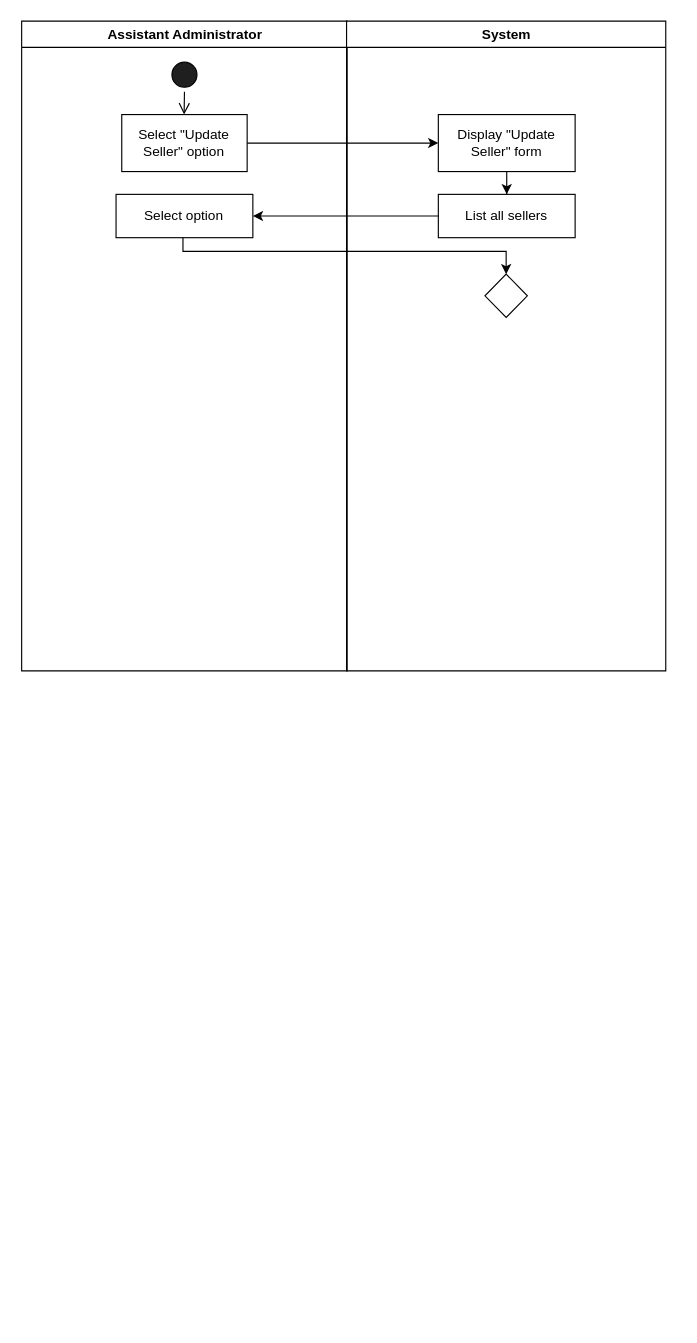
Earlier version of the draw.io diagram 2 Update Seller.drawio (aliceypuff/5607_UML-diagrams). Source tidied: cells renumbered, new cells numbered last; positions are measured from the earlier drawing's top-left corner, leaving out a move shared by most shapes. Both pictures are drawn from the tidied source at 114%, with x=0, y=0 at pixel (22, 21).
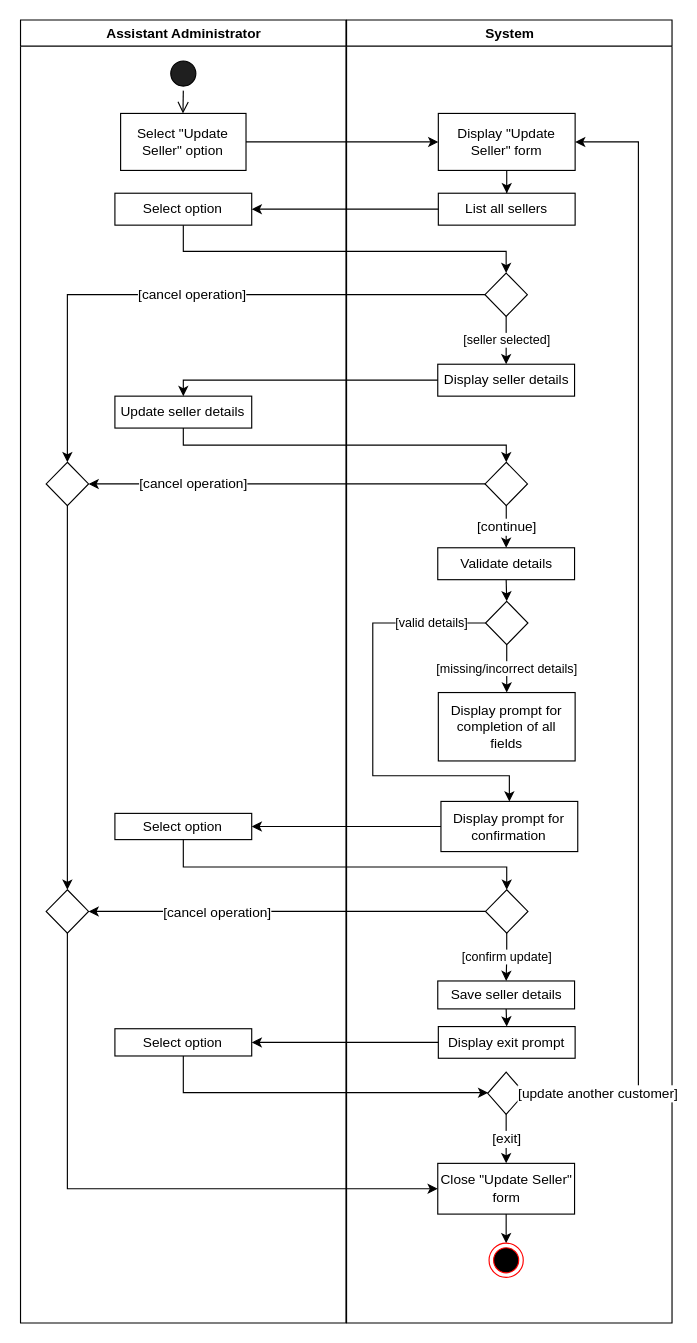
The same page after the edit.

Unchanged cells that the change refers to:
```xml
<mxCell id="9" value="Display &quot;Update Seller&quot; form" style="whiteSpace=wrap;html=1;rounded=0;" parent="7" vertex="1">
  <mxGeometry x="80.5" y="82" width="120" height="50" as="geometry" />
</mxCell>
<mxCell id="11" style="rhombus;whiteSpace=wrap;html=1;rounded=0;" parent="7" vertex="1">
  <mxGeometry x="121.4" y="222" width="37.2" height="38" as="geometry" />
</mxCell>
```

What changed in the source:
```diff
@@
     <mxCell id="2" value="Assistant Administrator" style="swimlane;whiteSpace=wrap;rounded=0;" parent="1" vertex="1">
-      <mxGeometry x="-0.5" width="285.5" height="570" as="geometry" />
+      <mxGeometry x="-1.5" y="-1" width="285.5" height="1143" as="geometry" />
     </mxCell>
@@
     <mxCell id="6" value="Select option" style="whiteSpace=wrap;html=1;rounded=0;" parent="2" vertex="1">
-      <mxGeometry x="82.8" y="152" width="120" height="38" as="geometry" />
+      <mxGeometry x="82.8" y="152" width="120" height="28" as="geometry" />
     </mxCell>
+    <mxCell id="15" value="Update seller details" style="whiteSpace=wrap;html=1;rounded=0;" parent="2" vertex="1">
+      <mxGeometry x="82.8" y="330" width="120" height="28" as="geometry" />
+    </mxCell>
+    <mxCell id="16" value="Select option" style="whiteSpace=wrap;html=1;rounded=0;" parent="2" vertex="1">
+      <mxGeometry x="82.8" y="696" width="120" height="23" as="geometry" />
+    </mxCell>
+    <mxCell id="17" style="rhombus;whiteSpace=wrap;html=1;rounded=0;arcSize=20;fixedWidth=0;" parent="2" vertex="1">
+      <mxGeometry x="22.5" y="763" width="37.2" height="38" as="geometry" />
+    </mxCell>
+    <mxCell id="18" style="edgeStyle=orthogonalEdgeStyle;rounded=0;jettySize=auto;html=1;exitX=0.5;exitY=1;exitDx=0;exitDy=0;fontFamily=Helvetica;fontSize=12;fontColor=default;" parent="2" edge="1" source="19" target="17">
+      <mxGeometry relative="1" as="geometry" />
+    </mxCell>
+    <mxCell id="19" style="rhombus;whiteSpace=wrap;html=1;rounded=0;" parent="2" vertex="1">
+      <mxGeometry x="22.5" y="388" width="37.2" height="38" as="geometry" />
+    </mxCell>
     <mxCell id="7" value="System" style="swimlane;whiteSpace=wrap;rounded=0;" parent="1" vertex="1">
-      <mxGeometry x="284.5" width="280" height="570" as="geometry" />
+      <mxGeometry x="284.5" y="-1" width="285.5" height="1143" as="geometry" />
     </mxCell>
@@
     <mxCell id="10" value="List all sellers" style="whiteSpace=wrap;html=1;rounded=0;" parent="7" vertex="1">
-      <mxGeometry x="80.5" y="152" width="120" height="38" as="geometry" />
+      <mxGeometry x="80.5" y="152" width="120" height="28" as="geometry" />
     </mxCell>
+    <mxCell id="20" value="[seller selected]" style="edgeStyle=orthogonalEdgeStyle;rounded=0;jettySize=auto;html=1;" parent="7" edge="1" source="11" target="21">
+      <mxGeometry relative="1" as="geometry">
+        <Array as="points">
+          <mxPoint x="140" y="282" />
+          <mxPoint x="140" y="282" />
+        </Array>
+      </mxGeometry>
+    </mxCell>
@@
+    <mxCell id="21" value="Display seller details" style="whiteSpace=wrap;html=1;rounded=0;" parent="7" vertex="1">
+      <mxGeometry x="80" y="302" width="120" height="28" as="geometry" />
+    </mxCell>
+    <mxCell id="22" value="[continue]" style="edgeStyle=orthogonalEdgeStyle;rounded=0;jettySize=auto;html=1;exitX=0.5;exitY=1;exitDx=0;exitDy=0;entryX=0.5;entryY=0;entryDx=0;entryDy=0;fontFamily=Helvetica;fontSize=12;fontColor=default;" parent="7" edge="1" source="23" target="25">
+      <mxGeometry relative="1" as="geometry" />
+    </mxCell>
+    <mxCell id="23" style="rhombus;whiteSpace=wrap;html=1;rounded=0;" parent="7" vertex="1">
+      <mxGeometry x="121.5" y="388" width="37.2" height="38" as="geometry" />
+    </mxCell>
+    <mxCell id="24" style="edgeStyle=orthogonalEdgeStyle;rounded=0;jettySize=auto;html=1;exitX=0.5;exitY=1;exitDx=0;exitDy=0;entryX=0.5;entryY=0;entryDx=0;entryDy=0;fontFamily=Helvetica;fontSize=12;fontColor=default;" parent="7" edge="1" source="25" target="27">
+      <mxGeometry relative="1" as="geometry" />
+    </mxCell>
+    <mxCell id="25" value="Validate details" style="whiteSpace=wrap;html=1;rounded=0;" parent="7" vertex="1">
+      <mxGeometry x="80" y="463" width="120" height="28" as="geometry" />
+    </mxCell>
+    <mxCell id="26" value="[missing/incorrect details]" style="edgeStyle=orthogonalEdgeStyle;rounded=0;jettySize=auto;html=1;" parent="7" edge="1" source="27" target="28">
+      <mxGeometry relative="1" as="geometry" />
+    </mxCell>
+    <mxCell id="27" style="rhombus;whiteSpace=wrap;html=1;rounded=0;" parent="7" vertex="1">
+      <mxGeometry x="121.9" y="510" width="37.2" height="38" as="geometry" />
+    </mxCell>
+    <mxCell id="28" value="Display prompt for completion of all fields" style="whiteSpace=wrap;html=1;rounded=0;" parent="7" vertex="1">
+      <mxGeometry x="80.5" y="590" width="120" height="60" as="geometry" />
+    </mxCell>
+    <mxCell id="29" value="Display prompt for confirmation" style="whiteSpace=wrap;html=1;rounded=0;" parent="7" vertex="1">
+      <mxGeometry x="82.8" y="685.5" width="120" height="44" as="geometry" />
+    </mxCell>
+    <mxCell id="30" value="[valid details]" style="edgeStyle=orthogonalEdgeStyle;rounded=0;jettySize=auto;html=1;entryX=0.5;entryY=0;entryDx=0;entryDy=0;" parent="7" edge="1" source="27" target="29">
+      <mxGeometry x="-0.75" relative="1" as="geometry">
+        <Array as="points">
+          <mxPoint x="23" y="529" />
+          <mxPoint x="23" y="663" />
+          <mxPoint x="143" y="663" />
+        </Array>
+      </mxGeometry>
+    </mxCell>
+    <mxCell id="31" style="rhombus;whiteSpace=wrap;html=1;rounded=0;" parent="7" vertex="1">
+      <mxGeometry x="123.8" y="923" width="32.4" height="37" as="geometry" />
+    </mxCell>
+    <mxCell id="32" value="Display exit prompt" style="whiteSpace=wrap;html=1;rounded=0;" parent="7" vertex="1">
+      <mxGeometry x="80.5" y="883" width="120" height="27.8" as="geometry" />
+    </mxCell>
+    <mxCell id="33" style="edgeStyle=orthogonalEdgeStyle;rounded=0;jettySize=auto;html=1;" parent="7" edge="1" source="34" target="31">
+      <mxGeometry relative="1" as="geometry">
+        <Array as="points">
+          <mxPoint x="-143" y="941" />
+        </Array>
+      </mxGeometry>
+    </mxCell>
+    <mxCell id="34" value="Select option" style="whiteSpace=wrap;html=1;rounded=0;" parent="7" vertex="1">
+      <mxGeometry x="-203.2" y="884.9" width="120" height="23.9" as="geometry" />
+    </mxCell>
+    <mxCell id="35" style="edgeStyle=orthogonalEdgeStyle;rounded=0;jettySize=auto;html=1;" parent="7" edge="1" source="32" target="34">
+      <mxGeometry relative="1" as="geometry" />
+    </mxCell>
+    <mxCell id="36" style="edgeStyle=orthogonalEdgeStyle;rounded=0;jettySize=auto;html=1;fontFamily=Helvetica;fontSize=12;fontColor=default;" parent="7" edge="1" source="37" target="42">
+      <mxGeometry relative="1" as="geometry" />
+    </mxCell>
+    <mxCell id="37" value="Close &quot;Update Seller&quot; form" style="whiteSpace=wrap;html=1;rounded=0;" parent="7" vertex="1">
+      <mxGeometry x="80" y="1003" width="120" height="44.5" as="geometry" />
+    </mxCell>
+    <mxCell id="38" value="[exit]" style="edgeStyle=orthogonalEdgeStyle;rounded=0;jettySize=auto;html=1;fontFamily=Helvetica;fontSize=12;fontColor=default;" parent="7" edge="1" source="31" target="37">
+      <mxGeometry relative="1" as="geometry" />
+    </mxCell>
+    <mxCell id="39" style="edgeStyle=orthogonalEdgeStyle;rounded=0;jettySize=auto;html=1;exitX=0.5;exitY=1;exitDx=0;exitDy=0;entryX=0.5;entryY=0;entryDx=0;entryDy=0;fontFamily=Helvetica;fontSize=12;fontColor=default;" parent="7" edge="1" source="40" target="32">
+      <mxGeometry relative="1" as="geometry" />
+    </mxCell>
+    <mxCell id="40" value="Save seller details" style="whiteSpace=wrap;html=1;rounded=0;" parent="7" vertex="1">
+      <mxGeometry x="80" y="843" width="120" height="24.5" as="geometry" />
+    </mxCell>
+    <mxCell id="41" value="[confirm update]" style="edgeStyle=orthogonalEdgeStyle;rounded=0;jettySize=auto;html=1;exitX=0.5;exitY=1;exitDx=0;exitDy=0;" parent="7" edge="1" source="43" target="40">
+      <mxGeometry relative="1" as="geometry" />
+    </mxCell>
+    <mxCell id="42" style="ellipse;html=1;shape=endState;fillColor=#000000;strokeColor=#ff0000;rounded=0;fontFamily=Helvetica;fontSize=12;fontColor=default;" parent="7" vertex="1">
+      <mxGeometry x="125" y="1073" width="30" height="30" as="geometry" />
+    </mxCell>
+    <mxCell id="43" style="rhombus;whiteSpace=wrap;html=1;rounded=0;" parent="7" vertex="1">
+      <mxGeometry x="121.9" y="763" width="37.2" height="38" as="geometry" />
+    </mxCell>
+    <mxCell id="44" value="[update another customer]" style="edgeStyle=orthogonalEdgeStyle;rounded=0;jettySize=auto;html=1;exitX=1;exitY=0.5;exitDx=0;exitDy=0;fontFamily=Helvetica;fontSize=12;fontColor=default;entryX=1;entryY=0.5;entryDx=0;entryDy=0;" parent="7" edge="1" source="31" target="9">
+      <mxGeometry x="-0.87" relative="1" as="geometry">
+        <Array as="points">
+          <mxPoint x="256" y="942" />
+          <mxPoint x="256" y="107" />
+        </Array>
+      </mxGeometry>
+    </mxCell>
@@
+    <mxCell id="45" style="edgeStyle=orthogonalEdgeStyle;rounded=0;jettySize=auto;html=1;entryX=0.5;entryY=0;entryDx=0;entryDy=0;" parent="1" edge="1" source="21" target="15">
+      <mxGeometry relative="1" as="geometry">
+        <Array as="points">
+          <mxPoint x="141" y="315" />
+        </Array>
+      </mxGeometry>
+    </mxCell>
+    <mxCell id="46" style="edgeStyle=orthogonalEdgeStyle;rounded=0;jettySize=auto;html=1;entryX=0.5;entryY=0;entryDx=0;entryDy=0;" parent="1" edge="1" source="15" target="23">
+      <mxGeometry relative="1" as="geometry">
+        <Array as="points">
+          <mxPoint x="141" y="372" />
+          <mxPoint x="425" y="372" />
+        </Array>
+      </mxGeometry>
+    </mxCell>
+    <mxCell id="47" style="edgeStyle=orthogonalEdgeStyle;rounded=0;jettySize=auto;html=1;" parent="1" edge="1" source="29" target="16">
+      <mxGeometry relative="1" as="geometry" />
+    </mxCell>
+    <mxCell id="48" style="edgeStyle=orthogonalEdgeStyle;rounded=0;jettySize=auto;html=1;entryX=0.5;entryY=0;entryDx=0;entryDy=0;" parent="1" edge="1" source="16" target="43">
+      <mxGeometry relative="1" as="geometry">
+        <Array as="points">
+          <mxPoint x="141" y="742" />
+          <mxPoint x="425" y="742" />
+          <mxPoint x="425" y="761" />
+        </Array>
+      </mxGeometry>
+    </mxCell>
+    <mxCell id="49" value="[cancel operation]" style="endArrow=classic;html=1;rounded=0;fontFamily=Helvetica;fontSize=12;fontColor=default;exitX=0;exitY=0.5;exitDx=0;exitDy=0;snapToPoint=1;entryX=1;entryY=0.5;entryDx=0;entryDy=0;" parent="1" edge="1" source="43" target="17">
+      <mxGeometry x="0.35" y="1" relative="1" as="geometry" />
+    </mxCell>
+    <mxCell id="50" style="edgeStyle=orthogonalEdgeStyle;rounded=0;jettySize=auto;html=1;entryX=0;entryY=0.5;entryDx=0;entryDy=0;fontFamily=Helvetica;fontSize=12;fontColor=default;" parent="1" edge="1" source="17" target="37">
+      <mxGeometry relative="1" as="geometry">
+        <Array as="points">
+          <mxPoint x="39" y="1024" />
+        </Array>
+      </mxGeometry>
+    </mxCell>
+    <mxCell id="51" value="[cancel operation]" style="endArrow=classic;html=1;rounded=0;fontFamily=Helvetica;fontSize=12;fontColor=default;snapToPoint=0;exitX=0;exitY=0.5;exitDx=0;exitDy=0;entryX=1;entryY=0.5;entryDx=0;entryDy=0;" parent="1" edge="1" source="23" target="19">
+      <mxGeometry x="0.47" relative="1" as="geometry" />
+    </mxCell>
+    <mxCell id="52" value="[cancel operation]" style="edgeStyle=orthogonalEdgeStyle;rounded=0;jettySize=auto;html=1;exitX=0;exitY=0.5;exitDx=0;exitDy=0;entryX=0.5;entryY=0;entryDx=0;entryDy=0;fontFamily=Helvetica;fontSize=12;fontColor=default;" parent="1" edge="1" source="11" target="19">
+      <mxGeometry relative="1" as="geometry" />
+    </mxCell>
```
